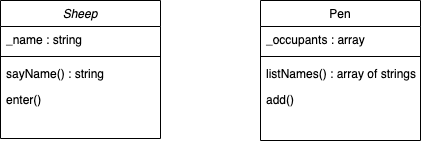
Above: week-5/encapsulation_with_constructor_and_prototype_pattern/shepherd.png in rjkviegas/skills-workshops (draw.io), before the change. Source tidied: cells renumbered, new cells last; positions are measured from the earlier drawing's top-left corner, leaving out a move shared by most shapes.
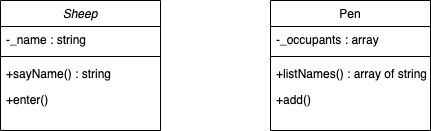
After the commit.

Commit message:
updated class diagram

What changed in the source:
```diff
@@ -3,33 +3,33 @@
     <mxCell id="0" />
     <mxCell id="1" parent="0" />
     <mxCell id="2" value="Sheep" style="swimlane;fontStyle=2;align=center;verticalAlign=top;horizontal=1;startSize=26;rounded=0;shadow=0;strokeWidth=1;" parent="1" vertex="1">
-      <mxGeometry width="160" height="138" as="geometry" />
+      <mxGeometry x="-10" y="-80" width="160" height="130" as="geometry" />
     </mxCell>
-    <mxCell id="3" value="_name : string" style="text;align=left;verticalAlign=top;spacingLeft=4;spacingRight=4;overflow=hidden;" parent="2" vertex="1">
+    <mxCell id="3" value="-_name : string" style="text;align=left;verticalAlign=top;spacingLeft=4;spacingRight=4;overflow=hidden;" parent="2" vertex="1">
       <mxGeometry y="26" width="160" height="26" as="geometry" />
     </mxCell>
     <mxCell id="4" style="line;html=1;strokeWidth=1;align=left;verticalAlign=middle;spacingTop=-1;spacingLeft=3;spacingRight=3;labelPosition=right;" parent="2" vertex="1">
       <mxGeometry y="52" width="160" height="8" as="geometry" />
     </mxCell>
-    <mxCell id="5" value="sayName() : string" style="text;align=left;verticalAlign=top;spacingLeft=4;spacingRight=4;overflow=hidden;rounded=0;shadow=0;html=0;" parent="2" vertex="1">
+    <mxCell id="5" value="+sayName() : string" style="text;align=left;verticalAlign=top;spacingLeft=4;spacingRight=4;overflow=hidden;rounded=0;shadow=0;html=0;" parent="2" vertex="1">
       <mxGeometry y="60" width="160" height="26" as="geometry" />
     </mxCell>
-    <mxCell id="6" value="enter()" style="text;align=left;verticalAlign=top;spacingLeft=4;spacingRight=4;overflow=hidden;rounded=0;shadow=0;html=0;" parent="2" vertex="1">
+    <mxCell id="6" value="+enter()" style="text;align=left;verticalAlign=top;spacingLeft=4;spacingRight=4;overflow=hidden;rounded=0;shadow=0;html=0;" parent="2" vertex="1">
       <mxGeometry y="86" width="160" height="26" as="geometry" />
     </mxCell>
     <mxCell id="7" value="Pen" style="swimlane;fontStyle=0;align=center;verticalAlign=top;horizontal=1;startSize=26;rounded=0;shadow=0;strokeWidth=1;" parent="1" vertex="1">
-      <mxGeometry x="260" width="160" height="140" as="geometry" />
+      <mxGeometry x="260" y="-80" width="160" height="130" as="geometry" />
     </mxCell>
-    <mxCell id="8" value="_occupants : array" style="text;align=left;verticalAlign=top;spacingLeft=4;spacingRight=4;overflow=hidden;" parent="7" vertex="1">
+    <mxCell id="8" value="-_occupants : array" style="text;align=left;verticalAlign=top;spacingLeft=4;spacingRight=4;overflow=hidden;" parent="7" vertex="1">
       <mxGeometry y="26" width="160" height="26" as="geometry" />
     </mxCell>
     <mxCell id="9" style="line;html=1;strokeWidth=1;align=left;verticalAlign=middle;spacingTop=-1;spacingLeft=3;spacingRight=3;labelPosition=right;" parent="7" vertex="1">
       <mxGeometry y="52" width="160" height="8" as="geometry" />
     </mxCell>
-    <mxCell id="10" value="listNames() : array of strings" style="text;align=left;verticalAlign=top;spacingLeft=4;spacingRight=4;overflow=hidden;rounded=0;shadow=0;html=0;" parent="7" vertex="1">
+    <mxCell id="10" value="+listNames() : array of strings" style="text;align=left;verticalAlign=top;spacingLeft=4;spacingRight=4;overflow=hidden;rounded=0;shadow=0;html=0;" parent="7" vertex="1">
       <mxGeometry y="60" width="160" height="26" as="geometry" />
     </mxCell>
-    <mxCell id="11" value="add() " style="text;align=left;verticalAlign=top;spacingLeft=4;spacingRight=4;overflow=hidden;rounded=0;shadow=0;html=0;" parent="7" vertex="1">
+    <mxCell id="11" value="+add() " style="text;align=left;verticalAlign=top;spacingLeft=4;spacingRight=4;overflow=hidden;rounded=0;shadow=0;html=0;" parent="7" vertex="1">
       <mxGeometry y="86" width="160" height="26" as="geometry" />
     </mxCell>
   </root>
```
